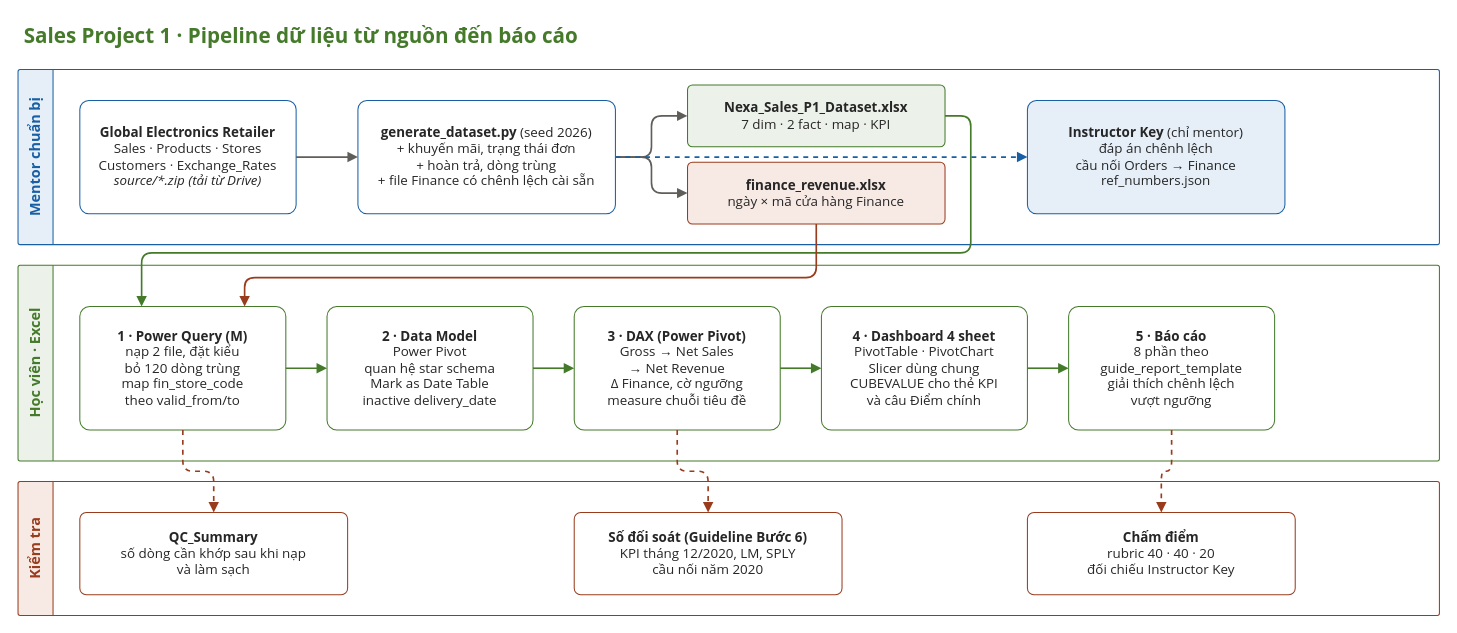
Above: Sales/Sales Data/Project 1/diagrams/01_pipeline_du_lieu.drawio in nguyennguyenphuc/eDA-Mentor (draw.io), before the change. Source tidied: cells renumbered, new cells numbered last; positions are measured from the earlier drawing's top-left corner, leaving out a move shared by most shapes. Both pictures are drawn from the tidied source at 103%, with x=0, y=0 at pixel (18, 18).
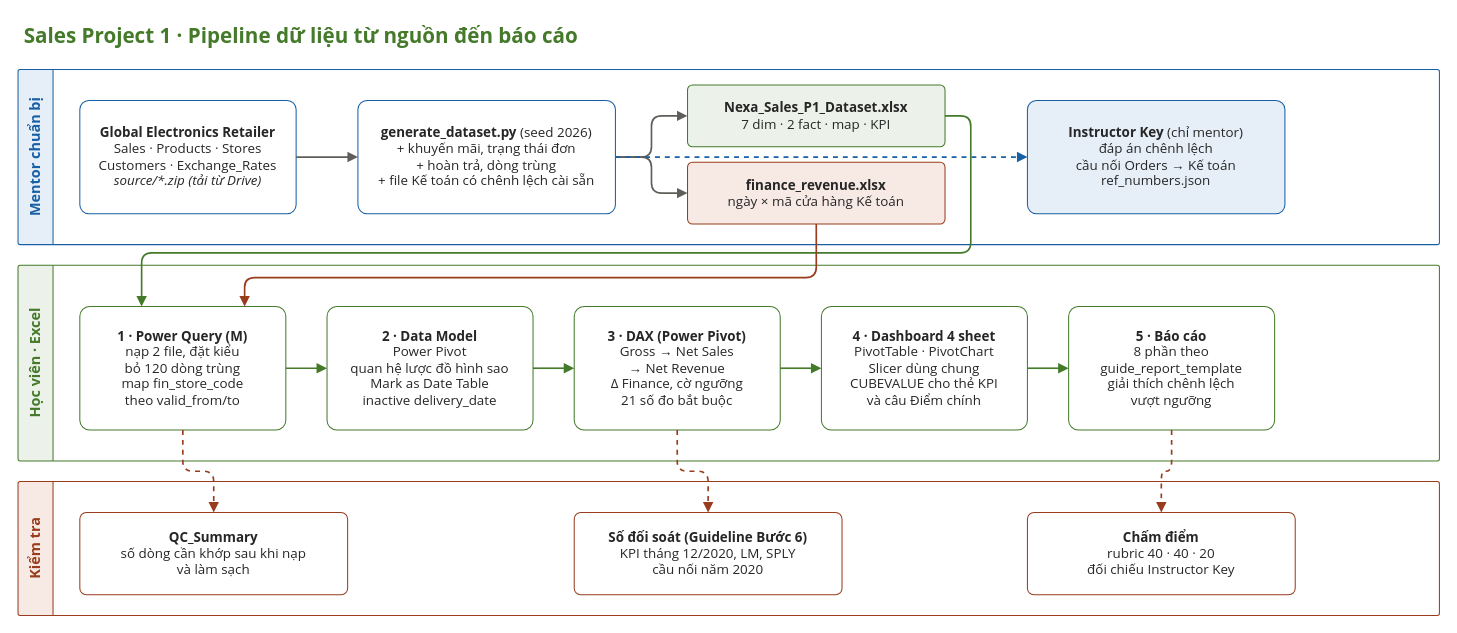
The same page after the edit.

What changed in the source:
```diff
@@
-    <mxCell id="7" value="&lt;b&gt;generate_dataset.py&lt;/b&gt; (seed 2026)&lt;br&gt;+ khuyến mãi, trạng thái đơn&lt;br&gt;+ hoàn trả, dòng trùng&lt;br&gt;+ file Finance có chênh lệch cài sẵn" style="rounded=1;arcSize=8;whiteSpace=wrap;html=1;fillColor=#FFFFFF;strokeColor=#185FA5;fontColor=#262626;fontSize=13;fontFamily=Segoe UI;align=center;verticalAlign=middle;spacing=6;" parent="1" vertex="1">
+    <mxCell id="7" value="&lt;b&gt;generate_dataset.py&lt;/b&gt; (seed 2026)&lt;br&gt;+ khuyến mãi, trạng thái đơn&lt;br&gt;+ hoàn trả, dòng trùng&lt;br&gt;+ file Kế toán có chênh lệch cài sẵn" style="rounded=1;arcSize=8;whiteSpace=wrap;html=1;fillColor=#FFFFFF;strokeColor=#185FA5;fontColor=#262626;fontSize=13;fontFamily=Segoe UI;align=center;verticalAlign=middle;spacing=6;" parent="1" vertex="1">
       <mxGeometry x="330" y="80" width="250" height="110" as="geometry" />
     </mxCell>
@@
-    <mxCell id="9" value="&lt;b&gt;finance_revenue.xlsx&lt;/b&gt;&lt;br&gt;ngày × mã cửa hàng Finance" style="rounded=1;arcSize=8;whiteSpace=wrap;html=1;fillColor=#F7EAE5;strokeColor=#993C1D;fontColor=#262626;fontSize=13;fontFamily=Segoe UI;align=center;verticalAlign=middle;spacing=6;" parent="1" vertex="1">
+    <mxCell id="9" value="&lt;b&gt;finance_revenue.xlsx&lt;/b&gt;&lt;br&gt;ngày × mã cửa hàng Kế toán" style="rounded=1;arcSize=8;whiteSpace=wrap;html=1;fillColor=#F7EAE5;strokeColor=#993C1D;fontColor=#262626;fontSize=13;fontFamily=Segoe UI;align=center;verticalAlign=middle;spacing=6;" parent="1" vertex="1">
       <mxGeometry x="650" y="140" width="250" height="60" as="geometry" />
     </mxCell>
-    <mxCell id="10" value="&lt;b&gt;Instructor Key&lt;/b&gt; (chỉ mentor)&lt;br&gt;đáp án chênh lệch&lt;br&gt;cầu nối Orders → Finance&lt;br&gt;ref_numbers.json" style="rounded=1;arcSize=8;whiteSpace=wrap;html=1;fillColor=#E6EFF8;strokeColor=#185FA5;fontColor=#262626;fontSize=13;fontFamily=Segoe UI;align=center;verticalAlign=middle;spacing=6;" parent="1" vertex="1">
+    <mxCell id="10" value="&lt;b&gt;Instructor Key&lt;/b&gt; (chỉ mentor)&lt;br&gt;đáp án chênh lệch&lt;br&gt;cầu nối Orders → Kế toán&lt;br&gt;ref_numbers.json" style="rounded=1;arcSize=8;whiteSpace=wrap;html=1;fillColor=#E6EFF8;strokeColor=#185FA5;fontColor=#262626;fontSize=13;fontFamily=Segoe UI;align=center;verticalAlign=middle;spacing=6;" parent="1" vertex="1">
       <mxGeometry x="980" y="80" width="250" height="110" as="geometry" />
     </mxCell>
@@
-    <mxCell id="16" value="&lt;b&gt;2 · Data Model&lt;/b&gt;&lt;br&gt;Power Pivot&lt;br&gt;quan hệ star schema&lt;br&gt;Mark as Date Table&lt;br&gt;inactive delivery_date" style="rounded=1;arcSize=8;whiteSpace=wrap;html=1;fillColor=#FFFFFF;strokeColor=#447A2A;fontColor=#262626;fontSize=13;fontFamily=Segoe UI;align=center;verticalAlign=middle;spacing=6;" parent="1" vertex="1">
+    <mxCell id="16" value="&lt;b&gt;2 · Data Model&lt;/b&gt;&lt;br&gt;Power Pivot&lt;br&gt;quan hệ lược đồ hình sao&lt;br&gt;Mark as Date Table&lt;br&gt;inactive delivery_date" style="rounded=1;arcSize=8;whiteSpace=wrap;html=1;fillColor=#FFFFFF;strokeColor=#447A2A;fontColor=#262626;fontSize=13;fontFamily=Segoe UI;align=center;verticalAlign=middle;spacing=6;" parent="1" vertex="1">
       <mxGeometry x="300" y="280" width="200" height="120" as="geometry" />
     </mxCell>
-    <mxCell id="17" value="&lt;b&gt;3 · DAX (Power Pivot)&lt;/b&gt;&lt;br&gt;Gross → Net Sales&lt;br&gt;→ Net Revenue&lt;br&gt;Δ Finance, cờ ngưỡng&lt;br&gt;measure chuỗi tiêu đề" style="rounded=1;arcSize=8;whiteSpace=wrap;html=1;fillColor=#FFFFFF;strokeColor=#447A2A;fontColor=#262626;fontSize=13;fontFamily=Segoe UI;align=center;verticalAlign=middle;spacing=6;" parent="1" vertex="1">
+    <mxCell id="17" value="&lt;b&gt;3 · DAX (Power Pivot)&lt;/b&gt;&lt;br&gt;Gross → Net Sales&lt;br&gt;→ Net Revenue&lt;br&gt;Δ Finance, cờ ngưỡng&lt;br&gt;21 số đo bắt buộc" style="rounded=1;arcSize=8;whiteSpace=wrap;html=1;fillColor=#FFFFFF;strokeColor=#447A2A;fontColor=#262626;fontSize=13;fontFamily=Segoe UI;align=center;verticalAlign=middle;spacing=6;" parent="1" vertex="1">
       <mxGeometry x="540" y="280" width="200" height="120" as="geometry" />
     </mxCell>
```
